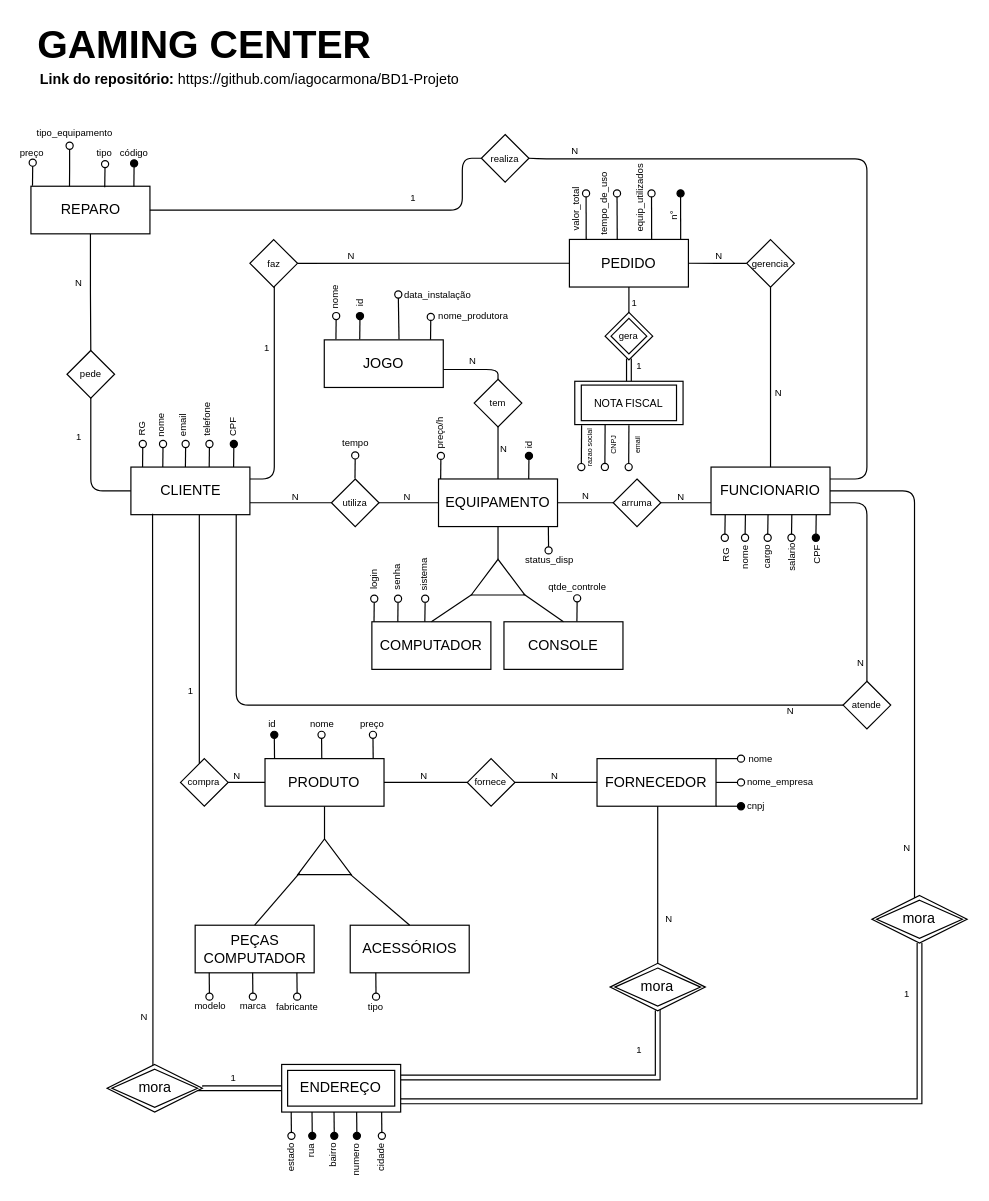
The draw.io diagram Modelo Entidade Relacionamento/MER.drawio in iagocarmona/BD1-Project, before the edit. Source tidied: cells renumbered, new cells numbered last; positions are measured from the earlier drawing's top-left corner, leaving out a move shared by most shapes. Both pictures are drawn from the tidied source at 119%, with x=0, y=0 at pixel (21, 26).
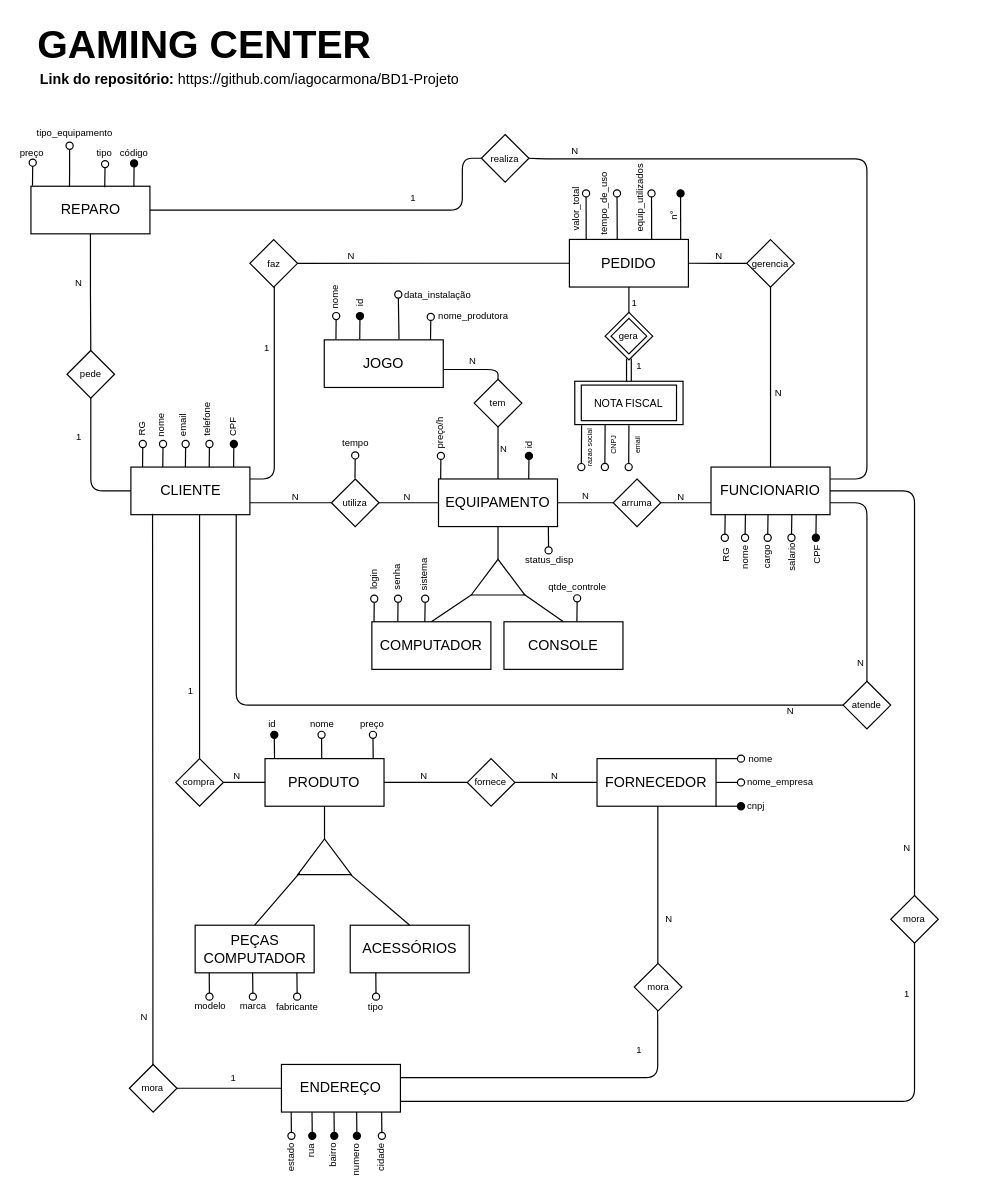
After the change.

The change refers to these unchanged cells:
```xml
<mxCell id="6" value="CLIENTE" style="rounded=0;whiteSpace=wrap;html=1;" parent="1" vertex="1">
  <mxGeometry x="91.5" y="370" width="100" height="40" as="geometry" />
</mxCell>
<mxCell id="59" value="FUNCIONARIO" style="rounded=0;whiteSpace=wrap;html=1;" parent="1" vertex="1">
  <mxGeometry x="579" y="370" width="100" height="40" as="geometry" />
</mxCell>
<mxCell id="92" value="FORNECEDOR" style="rounded=0;whiteSpace=wrap;html=1;" parent="1" vertex="1">
  <mxGeometry x="483.2" y="615" width="100" height="40" as="geometry" />
</mxCell>
```

The edit, as a diff of the source:
```diff
@@
     <mxCell id="76" value="compra" style="rhombus;whiteSpace=wrap;html=1;fontSize=8;" parent="1" vertex="1">
-      <mxGeometry x="133.2" y="615" width="40" height="40" as="geometry" />
+      <mxGeometry x="129.2" y="615" width="40" height="40" as="geometry" />
     </mxCell>
@@
-    <mxCell id="99" style="edgeStyle=orthogonalEdgeStyle;rounded=0;jettySize=auto;html=1;fontSize=12;startArrow=none;startFill=0;endArrow=none;endFill=0;shape=link;entryX=0.48;entryY=0.951;entryDx=0;entryDy=0;entryPerimeter=0;" parent="1" edge="1" target="113">
+    <mxCell id="99" style="edgeStyle=orthogonalEdgeStyle;rounded=1;orthogonalLoop=1;jettySize=auto;html=1;fontSize=12;startArrow=none;startFill=0;endArrow=none;endFill=0;entryX=0.48;entryY=0.951;entryDx=0;entryDy=0;entryPerimeter=0;" parent="1" edge="1">
       <mxGeometry relative="1" as="geometry">
         <mxPoint x="318.2" y="883" as="sourcePoint" />
+        <mxPoint x="532.6" y="825" as="targetPoint" />
         <Array as="points">
           <mxPoint x="534.2" y="883" />
           <mxPoint x="534.2" y="825" />
         </Array>
       </mxGeometry>
     </mxCell>
-    <mxCell id="100" style="edgeStyle=orthogonalEdgeStyle;rounded=0;jettySize=auto;html=1;fontSize=12;startArrow=none;startFill=0;endArrow=none;endFill=0;shape=link;entryX=0.98;entryY=0.47;entryDx=0;entryDy=0;entryPerimeter=0;" parent="1" edge="1" source="101" target="118">
-      <mxGeometry relative="1" as="geometry">
-        <Array as="points">
-          <mxPoint x="150" y="892" />
-        </Array>
-      </mxGeometry>
-    </mxCell>
-    <mxCell id="101" value="&lt;font style=&quot;font-size: 12px;&quot;&gt;ENDEREÇO&lt;/font&gt;" style="shape=ext;margin=3;double=1;whiteSpace=wrap;html=1;align=center;fontSize=8;" parent="1" vertex="1">
-      <mxGeometry x="218.2" y="872" width="100" height="40" as="geometry" />
-    </mxCell>
@@
-    <mxCell id="112" style="edgeStyle=orthogonalEdgeStyle;rounded=1;jettySize=auto;html=1;fontSize=12;startArrow=none;startFill=0;endArrow=none;endFill=0;" parent="1" edge="1" source="113" target="92">
+    <mxCell id="112" style="edgeStyle=orthogonalEdgeStyle;rounded=1;jettySize=auto;html=1;fontSize=12;startArrow=none;startFill=0;endArrow=none;endFill=0;" parent="1" edge="1" target="92">
       <mxGeometry relative="1" as="geometry">
+        <mxPoint x="534.3" y="787" as="sourcePoint" />
         <Array as="points">
           <mxPoint x="534.2" y="685" />
           <mxPoint x="534.2" y="685" />
         </Array>
       </mxGeometry>
     </mxCell>
-    <mxCell id="113" value="mora" style="shape=rhombus;double=1;perimeter=rhombusPerimeter;whiteSpace=wrap;html=1;align=center;fontSize=12;" parent="1" vertex="1">
-      <mxGeometry x="494.2" y="787" width="80" height="40" as="geometry" />
-    </mxCell>
@@
-    <mxCell id="117" style="edgeStyle=orthogonalEdgeStyle;rounded=0;jettySize=auto;html=1;fontSize=12;startArrow=none;startFill=0;endArrow=none;endFill=0;entryX=0.182;entryY=0.982;entryDx=0;entryDy=0;entryPerimeter=0;" parent="1" edge="1" source="118" target="6">
+    <mxCell id="117" style="edgeStyle=orthogonalEdgeStyle;rounded=0;jettySize=auto;html=1;fontSize=12;startArrow=none;startFill=0;endArrow=none;endFill=0;entryX=0.182;entryY=0.982;entryDx=0;entryDy=0;entryPerimeter=0;" parent="1" edge="1" target="6">
       <mxGeometry relative="1" as="geometry">
+        <mxPoint x="110" y="872.7" as="sourcePoint" />
         <Array as="points">
           <mxPoint x="110" y="780" />
           <mxPoint x="110" y="780" />
         </Array>
       </mxGeometry>
     </mxCell>
-    <mxCell id="118" value="mora" style="shape=rhombus;double=1;perimeter=rhombusPerimeter;whiteSpace=wrap;html=1;align=center;fontSize=12;" parent="1" vertex="1">
-      <mxGeometry x="71.5" y="872" width="80" height="40" as="geometry" />
-    </mxCell>
@@
-    <mxCell id="183" style="edgeStyle=orthogonalEdgeStyle;rounded=1;jettySize=auto;html=1;entryX=1;entryY=0.5;entryDx=0;entryDy=0;fontSize=6;startArrow=none;startFill=0;endArrow=none;endFill=0;" parent="1" edge="1" source="184" target="59">
+    <mxCell id="183" style="edgeStyle=orthogonalEdgeStyle;rounded=1;jettySize=auto;html=1;entryX=1;entryY=0.5;entryDx=0;entryDy=0;fontSize=6;startArrow=none;startFill=0;endArrow=none;endFill=0;" parent="1" edge="1" target="59">
       <mxGeometry relative="1" as="geometry">
+        <mxPoint x="750" y="732.1" as="sourcePoint" />
         <Array as="points">
           <mxPoint x="750" y="390" />
         </Array>
       </mxGeometry>
     </mxCell>
-    <mxCell id="184" value="mora" style="shape=rhombus;double=1;perimeter=rhombusPerimeter;whiteSpace=wrap;html=1;align=center;fontSize=12;" parent="1" vertex="1">
-      <mxGeometry x="714.2" y="730" width="80" height="40" as="geometry" />
-    </mxCell>
-    <mxCell id="185" style="edgeStyle=orthogonalEdgeStyle;rounded=0;jettySize=auto;html=1;fontSize=12;startArrow=none;startFill=0;endArrow=none;endFill=0;shape=link;entryX=0.5;entryY=1;entryDx=0;entryDy=0;" parent="1" edge="1" target="184">
+    <mxCell id="185" style="edgeStyle=orthogonalEdgeStyle;rounded=1;jettySize=auto;html=1;fontSize=12;startArrow=none;startFill=0;endArrow=none;endFill=0;entryX=0.5;entryY=1;entryDx=0;entryDy=0;" parent="1" edge="1" target="198">
       <mxGeometry relative="1" as="geometry">
         <mxPoint x="318.2" y="903" as="sourcePoint" />
         <Array as="points">
-          <mxPoint x="754.2" y="903" />
+          <mxPoint x="750" y="903" />
         </Array>
       </mxGeometry>
     </mxCell>
@@
+    <mxCell id="101" value="ENDEREÇO" style="rounded=0;whiteSpace=wrap;html=1;" parent="1" vertex="1">
+      <mxGeometry x="218" y="872" width="100" height="40" as="geometry" />
+    </mxCell>
+    <mxCell id="195" value="mora" style="rhombus;whiteSpace=wrap;html=1;fontSize=8;" parent="1" vertex="1">
+      <mxGeometry x="514.5" y="787" width="40" height="40" as="geometry" />
+    </mxCell>
+    <mxCell id="196" style="edgeStyle=orthogonalEdgeStyle;rounded=0;jettySize=auto;html=1;endArrow=none;endFill=0;" parent="1" edge="1" source="197" target="101">
+      <mxGeometry relative="1" as="geometry" />
+    </mxCell>
+    <mxCell id="197" value="mora" style="rhombus;whiteSpace=wrap;html=1;fontSize=8;" parent="1" vertex="1">
+      <mxGeometry x="90.2" y="872" width="40" height="40" as="geometry" />
+    </mxCell>
+    <mxCell id="198" value="mora" style="rhombus;whiteSpace=wrap;html=1;fontSize=8;" parent="1" vertex="1">
+      <mxGeometry x="730" y="730" width="40" height="40" as="geometry" />
+    </mxCell>
```
